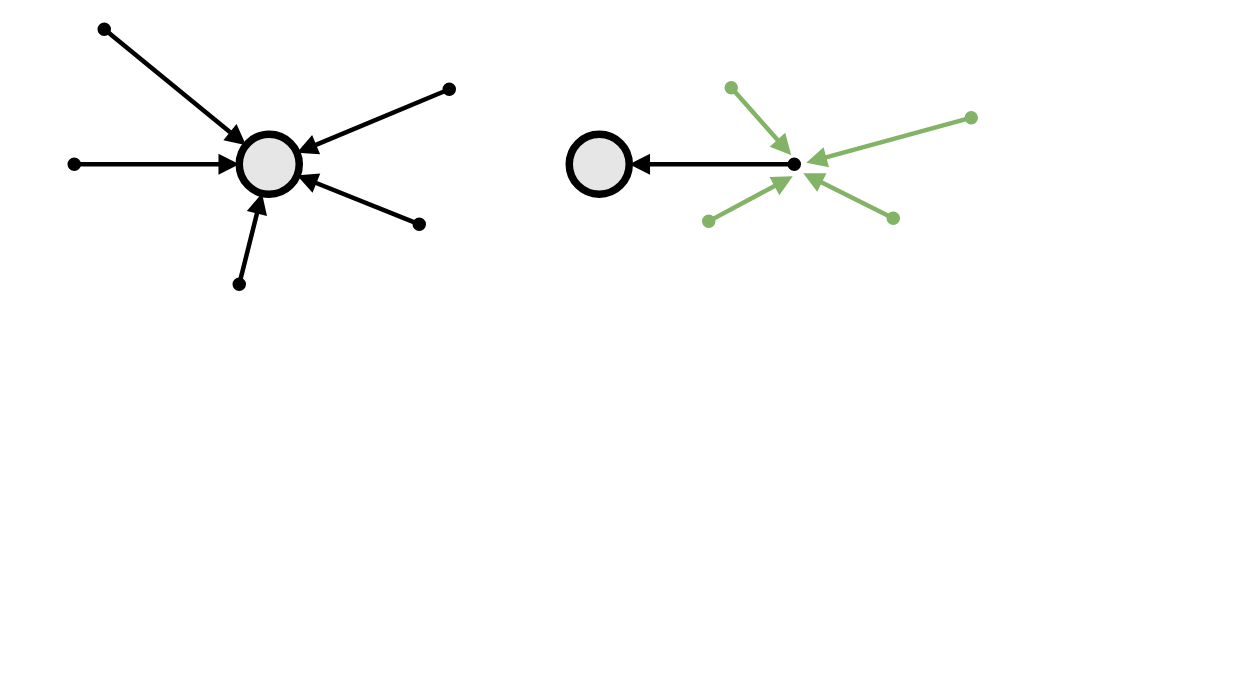
Before: linux.drawio in RedFoxAtAsleep/app.diagram.net, a draw.io diagram. Source tidied: cells renumbered, new cells numbered last; positions are measured from the earlier drawing's top-left corner, leaving out a move shared by most shapes. Both pictures are drawn from the tidied source at 150%, with x=0, y=0 at pixel (74, 28). Pictures stored in the file or linked from it are replaced by grey dashed boxes.
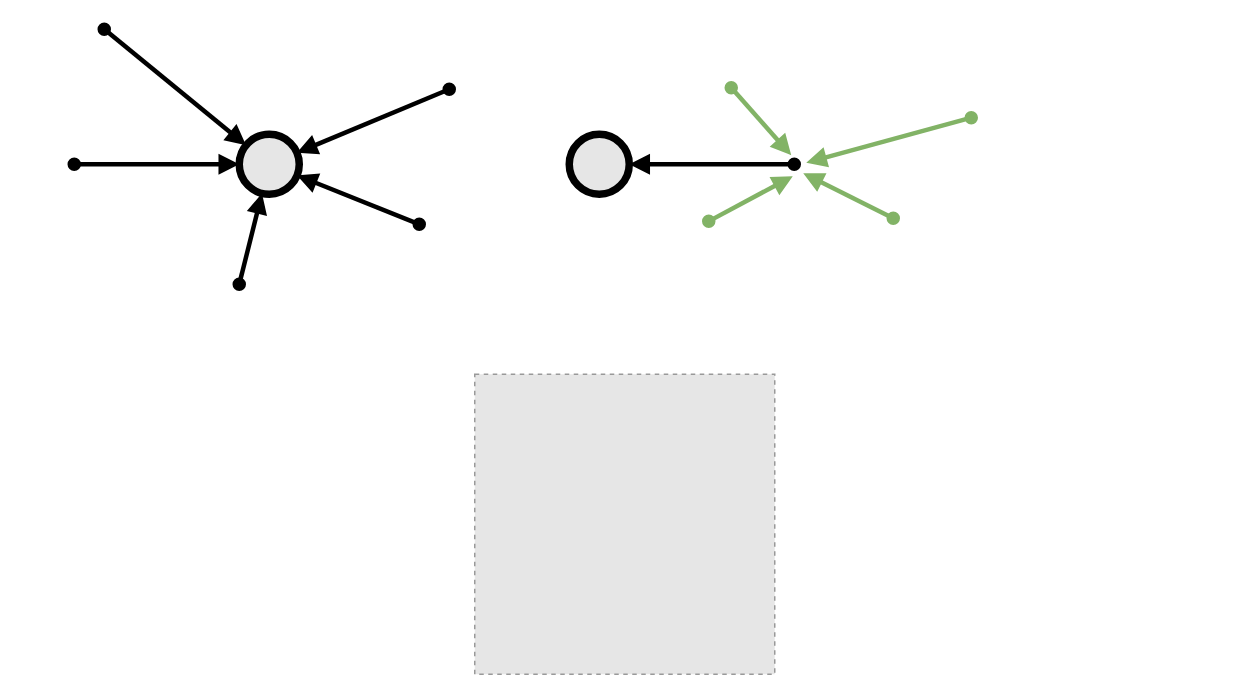
The same page after the edit.

What changed in the source:
```diff
@@
+    <mxCell id="16" style="group;" parent="1" vertex="1">
+      <mxGeometry x="-33" y="230" width="800" height="200" as="geometry" />
+    </mxCell>
+    <mxCell id="17" style="rounded=0;whiteSpace=wrap;html=1;strokeColor=none;" parent="16" vertex="1">
+      <mxGeometry width="800" height="200" as="geometry" />
+    </mxCell>
+    <mxCell id="18" style="fillColor=#E6E6E6;strokeColor=#999999;dashed=1;verticalLabelPosition=bottom;labelBackgroundColor=#ffffff;verticalAlign=top;" parent="16" vertex="1">
+      <mxGeometry x="300" width="200" height="200" as="geometry" />
+    </mxCell>
```
